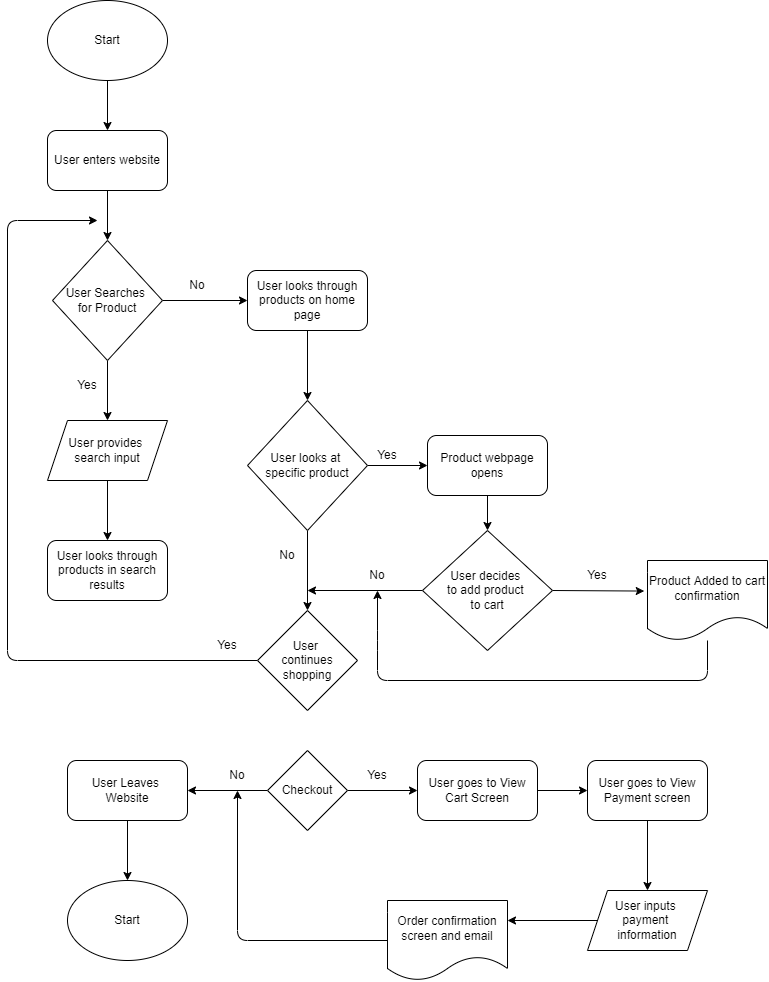
yashpuneet/fa22-cse110-lab4 keeps this draw.io diagram as explore/diagramming/diagram.drawio.png. Above is the earlier version. Source tidied: cells renumbered, new cells last; positions are measured from the earlier drawing's top-left corner, leaving out a move shared by most shapes. Its diagram source:
```xml
<mxGraphModel>
  <root>
    <mxCell id="0" />
    <mxCell id="1" parent="0" />
    <mxCell id="2" style="edgeStyle=none;html=1;exitX=0.5;exitY=1;exitDx=0;exitDy=0;" parent="1" edge="1" source="3" target="5">
      <mxGeometry relative="1" as="geometry" />
    </mxCell>
    <mxCell id="3" value="Start" style="ellipse;whiteSpace=wrap;html=1;" parent="1" vertex="1">
      <mxGeometry x="40" width="120" height="80" as="geometry" />
    </mxCell>
    <mxCell id="4" style="edgeStyle=none;html=1;exitX=0.5;exitY=1;exitDx=0;exitDy=0;entryX=0.5;entryY=0;entryDx=0;entryDy=0;" parent="1" edge="1" source="5" target="8">
      <mxGeometry relative="1" as="geometry" />
    </mxCell>
    <mxCell id="5" value="User enters website" style="rounded=1;whiteSpace=wrap;html=1;" parent="1" vertex="1">
      <mxGeometry x="40" y="130" width="120" height="60" as="geometry" />
    </mxCell>
    <mxCell id="6" style="edgeStyle=none;html=1;exitX=0.5;exitY=1;exitDx=0;exitDy=0;entryX=0.5;entryY=0;entryDx=0;entryDy=0;" parent="1" edge="1" source="8" target="10">
      <mxGeometry relative="1" as="geometry" />
    </mxCell>
    <mxCell id="7" style="edgeStyle=none;html=1;exitX=1;exitY=0.5;exitDx=0;exitDy=0;entryX=0;entryY=0.5;entryDx=0;entryDy=0;" parent="1" edge="1" source="8" target="13">
      <mxGeometry relative="1" as="geometry" />
    </mxCell>
    <mxCell id="8" value="User Searches &lt;br&gt;for Product" style="rhombus;whiteSpace=wrap;html=1;" parent="1" vertex="1">
      <mxGeometry x="45" y="240" width="110" height="120" as="geometry" />
    </mxCell>
    <mxCell id="9" style="edgeStyle=none;html=1;exitX=0.5;exitY=1;exitDx=0;exitDy=0;entryX=0.5;entryY=0;entryDx=0;entryDy=0;" parent="1" edge="1" source="10" target="15">
      <mxGeometry relative="1" as="geometry" />
    </mxCell>
    <mxCell id="10" value="User provides &lt;br&gt;search input" style="shape=parallelogram;perimeter=parallelogramPerimeter;whiteSpace=wrap;html=1;fixedSize=1;" parent="1" vertex="1">
      <mxGeometry x="40" y="420" width="120" height="60" as="geometry" />
    </mxCell>
    <mxCell id="11" value="Yes" style="text;html=1;strokeColor=none;fillColor=none;align=center;verticalAlign=middle;whiteSpace=wrap;rounded=0;" parent="1" vertex="1">
      <mxGeometry x="50" y="370" width="60" height="30" as="geometry" />
    </mxCell>
    <mxCell id="12" style="edgeStyle=none;html=1;exitX=0.5;exitY=1;exitDx=0;exitDy=0;entryX=0.5;entryY=0;entryDx=0;entryDy=0;" parent="1" edge="1" source="13" target="18">
      <mxGeometry relative="1" as="geometry" />
    </mxCell>
    <mxCell id="13" value="User looks through products on home page" style="rounded=1;whiteSpace=wrap;html=1;" parent="1" vertex="1">
      <mxGeometry x="240" y="270" width="120" height="60" as="geometry" />
    </mxCell>
    <mxCell id="14" value="No" style="text;html=1;strokeColor=none;fillColor=none;align=center;verticalAlign=middle;whiteSpace=wrap;rounded=0;" parent="1" vertex="1">
      <mxGeometry x="160" y="270" width="60" height="30" as="geometry" />
    </mxCell>
    <mxCell id="15" value="User looks through products in search results" style="rounded=1;whiteSpace=wrap;html=1;" parent="1" vertex="1">
      <mxGeometry x="40" y="540" width="120" height="60" as="geometry" />
    </mxCell>
    <mxCell id="16" style="edgeStyle=none;html=1;exitX=0.5;exitY=1;exitDx=0;exitDy=0;entryX=0.5;entryY=0;entryDx=0;entryDy=0;" parent="1" edge="1" source="18" target="20">
      <mxGeometry relative="1" as="geometry" />
    </mxCell>
    <mxCell id="17" style="edgeStyle=none;html=1;exitX=1;exitY=0.5;exitDx=0;exitDy=0;entryX=0;entryY=0.5;entryDx=0;entryDy=0;" parent="1" edge="1" source="18" target="23">
      <mxGeometry relative="1" as="geometry" />
    </mxCell>
    <mxCell id="18" value="User looks at &lt;br&gt;specific product" style="rhombus;whiteSpace=wrap;html=1;" parent="1" vertex="1">
      <mxGeometry x="240" y="400" width="120" height="130" as="geometry" />
    </mxCell>
    <mxCell id="19" style="edgeStyle=none;html=1;" parent="1" edge="1" source="20">
      <mxGeometry relative="1" as="geometry">
        <mxPoint x="90" y="220" as="targetPoint" />
        <Array as="points">
          <mxPoint y="660" />
          <mxPoint y="220" />
        </Array>
      </mxGeometry>
    </mxCell>
    <mxCell id="20" value="User &lt;br&gt;continues shopping" style="rhombus;whiteSpace=wrap;html=1;" parent="1" vertex="1">
      <mxGeometry x="250" y="610" width="100" height="100" as="geometry" />
    </mxCell>
    <mxCell id="21" value="No" style="text;html=1;strokeColor=none;fillColor=none;align=center;verticalAlign=middle;whiteSpace=wrap;rounded=0;" parent="1" vertex="1">
      <mxGeometry x="250" y="540" width="60" height="30" as="geometry" />
    </mxCell>
    <mxCell id="22" style="edgeStyle=none;html=1;exitX=0.5;exitY=1;exitDx=0;exitDy=0;entryX=0.5;entryY=0;entryDx=0;entryDy=0;" parent="1" edge="1" source="23" target="27">
      <mxGeometry relative="1" as="geometry" />
    </mxCell>
    <mxCell id="23" value="Product webpage opens" style="rounded=1;whiteSpace=wrap;html=1;" parent="1" vertex="1">
      <mxGeometry x="420" y="435" width="120" height="60" as="geometry" />
    </mxCell>
    <mxCell id="24" value="Yes" style="text;html=1;strokeColor=none;fillColor=none;align=center;verticalAlign=middle;whiteSpace=wrap;rounded=0;" parent="1" vertex="1">
      <mxGeometry x="350" y="440" width="60" height="30" as="geometry" />
    </mxCell>
    <mxCell id="25" style="edgeStyle=none;html=1;" parent="1" edge="1" source="27">
      <mxGeometry relative="1" as="geometry">
        <mxPoint x="300" y="590" as="targetPoint" />
      </mxGeometry>
    </mxCell>
    <mxCell id="26" style="edgeStyle=none;html=1;exitX=1;exitY=0.5;exitDx=0;exitDy=0;entryX=-0.027;entryY=0.382;entryDx=0;entryDy=0;entryPerimeter=0;" parent="1" edge="1" source="27" target="30">
      <mxGeometry relative="1" as="geometry" />
    </mxCell>
    <mxCell id="27" value="User decides &lt;br&gt;to add product &lt;br&gt;to cart" style="rhombus;whiteSpace=wrap;html=1;" parent="1" vertex="1">
      <mxGeometry x="415" y="530" width="130" height="120" as="geometry" />
    </mxCell>
    <mxCell id="28" value="No" style="text;html=1;strokeColor=none;fillColor=none;align=center;verticalAlign=middle;whiteSpace=wrap;rounded=0;" parent="1" vertex="1">
      <mxGeometry x="340" y="560" width="60" height="30" as="geometry" />
    </mxCell>
    <mxCell id="29" style="edgeStyle=none;html=1;entryX=0.5;entryY=1;entryDx=0;entryDy=0;" parent="1" edge="1" source="30" target="28">
      <mxGeometry relative="1" as="geometry">
        <Array as="points">
          <mxPoint x="700" y="680" />
          <mxPoint x="370" y="680" />
          <mxPoint x="370" y="640" />
        </Array>
      </mxGeometry>
    </mxCell>
    <mxCell id="30" value="Product Added to cart confirmation" style="shape=document;whiteSpace=wrap;html=1;boundedLbl=1;" parent="1" vertex="1">
      <mxGeometry x="640" y="560" width="120" height="80" as="geometry" />
    </mxCell>
    <mxCell id="31" value="Yes" style="text;html=1;strokeColor=none;fillColor=none;align=center;verticalAlign=middle;whiteSpace=wrap;rounded=0;" parent="1" vertex="1">
      <mxGeometry x="560" y="560" width="60" height="30" as="geometry" />
    </mxCell>
    <mxCell id="32" value="Yes" style="text;html=1;strokeColor=none;fillColor=none;align=center;verticalAlign=middle;whiteSpace=wrap;rounded=0;" parent="1" vertex="1">
      <mxGeometry x="190" y="630" width="60" height="30" as="geometry" />
    </mxCell>
    <mxCell id="33" style="edgeStyle=none;html=1;entryX=1;entryY=0.5;entryDx=0;entryDy=0;" parent="1" edge="1" source="35" target="37">
      <mxGeometry relative="1" as="geometry" />
    </mxCell>
    <mxCell id="34" style="edgeStyle=none;html=1;exitX=1;exitY=0.5;exitDx=0;exitDy=0;entryX=0;entryY=0.5;entryDx=0;entryDy=0;" parent="1" edge="1" source="35" target="40">
      <mxGeometry relative="1" as="geometry" />
    </mxCell>
    <mxCell id="35" value="Checkout" style="rhombus;whiteSpace=wrap;html=1;" parent="1" vertex="1">
      <mxGeometry x="260" y="750" width="80" height="80" as="geometry" />
    </mxCell>
    <mxCell id="36" style="edgeStyle=none;html=1;exitX=0.5;exitY=1;exitDx=0;exitDy=0;entryX=0.5;entryY=0;entryDx=0;entryDy=0;" parent="1" edge="1" source="37" target="43">
      <mxGeometry relative="1" as="geometry" />
    </mxCell>
    <mxCell id="37" value="User Leaves &lt;br&gt;Website" style="rounded=1;whiteSpace=wrap;html=1;" parent="1" vertex="1">
      <mxGeometry x="60" y="760" width="120" height="60" as="geometry" />
    </mxCell>
    <mxCell id="38" value="No" style="text;html=1;strokeColor=none;fillColor=none;align=center;verticalAlign=middle;whiteSpace=wrap;rounded=0;" parent="1" vertex="1">
      <mxGeometry x="200" y="760" width="60" height="30" as="geometry" />
    </mxCell>
    <mxCell id="39" style="edgeStyle=none;html=1;exitX=1;exitY=0.5;exitDx=0;exitDy=0;entryX=0;entryY=0.5;entryDx=0;entryDy=0;" parent="1" edge="1" source="40" target="42">
      <mxGeometry relative="1" as="geometry" />
    </mxCell>
    <mxCell id="40" value="User goes to View Cart Screen" style="rounded=1;whiteSpace=wrap;html=1;" parent="1" vertex="1">
      <mxGeometry x="410" y="760" width="120" height="60" as="geometry" />
    </mxCell>
    <mxCell id="41" style="edgeStyle=none;html=1;exitX=0.5;exitY=1;exitDx=0;exitDy=0;entryX=0.5;entryY=0;entryDx=0;entryDy=0;" parent="1" edge="1" source="42" target="46">
      <mxGeometry relative="1" as="geometry" />
    </mxCell>
    <mxCell id="42" value="User goes to View Payment screen" style="rounded=1;whiteSpace=wrap;html=1;" parent="1" vertex="1">
      <mxGeometry x="580" y="760" width="120" height="60" as="geometry" />
    </mxCell>
    <mxCell id="43" value="Start" style="ellipse;whiteSpace=wrap;html=1;" parent="1" vertex="1">
      <mxGeometry x="60" y="880" width="120" height="80" as="geometry" />
    </mxCell>
    <mxCell id="44" value="Yes" style="text;html=1;strokeColor=none;fillColor=none;align=center;verticalAlign=middle;whiteSpace=wrap;rounded=0;" parent="1" vertex="1">
      <mxGeometry x="340" y="760" width="60" height="30" as="geometry" />
    </mxCell>
    <mxCell id="45" style="edgeStyle=none;html=1;exitX=0;exitY=0.5;exitDx=0;exitDy=0;entryX=1;entryY=0.25;entryDx=0;entryDy=0;" parent="1" edge="1" source="46" target="48">
      <mxGeometry relative="1" as="geometry" />
    </mxCell>
    <mxCell id="46" value="User inputs &lt;br&gt;payment &lt;br&gt;information" style="shape=parallelogram;perimeter=parallelogramPerimeter;whiteSpace=wrap;html=1;fixedSize=1;" parent="1" vertex="1">
      <mxGeometry x="580" y="890" width="120" height="60" as="geometry" />
    </mxCell>
    <mxCell id="47" style="edgeStyle=none;html=1;entryX=0.5;entryY=1;entryDx=0;entryDy=0;" parent="1" edge="1" source="48" target="38">
      <mxGeometry relative="1" as="geometry">
        <Array as="points">
          <mxPoint x="230" y="940" />
        </Array>
      </mxGeometry>
    </mxCell>
    <mxCell id="48" value="Order confirmation screen and email" style="shape=document;whiteSpace=wrap;html=1;boundedLbl=1;" parent="1" vertex="1">
      <mxGeometry x="380" y="900" width="120" height="80" as="geometry" />
    </mxCell>
  </root>
</mxGraphModel>
```
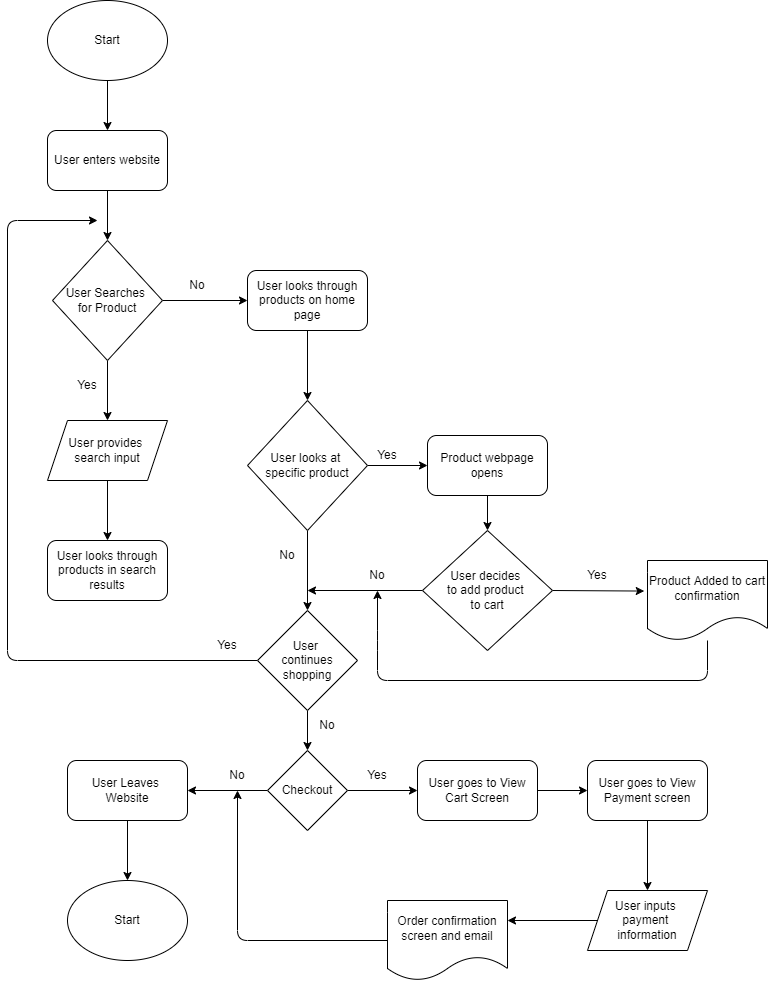
Later version of the same file.

Commit message:
minor correction to flowchart

The edit, as a diff of the source:
```diff
@@ -62,6 +62,9 @@
         </Array>
       </mxGeometry>
     </mxCell>
+    <mxCell id="49" style="edgeStyle=none;html=1;exitX=0.5;exitY=1;exitDx=0;exitDy=0;entryX=0.5;entryY=0;entryDx=0;entryDy=0;" parent="1" edge="1" source="20" target="35">
+      <mxGeometry relative="1" as="geometry" />
+    </mxCell>
     <mxCell id="20" value="User &lt;br&gt;continues shopping" style="rhombus;whiteSpace=wrap;html=1;" parent="1" vertex="1">
       <mxGeometry x="250" y="610" width="100" height="100" as="geometry" />
     </mxCell>
@@ -161,5 +164,8 @@
     <mxCell id="48" value="Order confirmation screen and email" style="shape=document;whiteSpace=wrap;html=1;boundedLbl=1;" parent="1" vertex="1">
       <mxGeometry x="380" y="900" width="120" height="80" as="geometry" />
     </mxCell>
+    <mxCell id="50" value="No" style="text;html=1;strokeColor=none;fillColor=none;align=center;verticalAlign=middle;whiteSpace=wrap;rounded=0;" parent="1" vertex="1">
+      <mxGeometry x="290" y="710" width="60" height="30" as="geometry" />
+    </mxCell>
   </root>
 </mxGraphModel>
```
